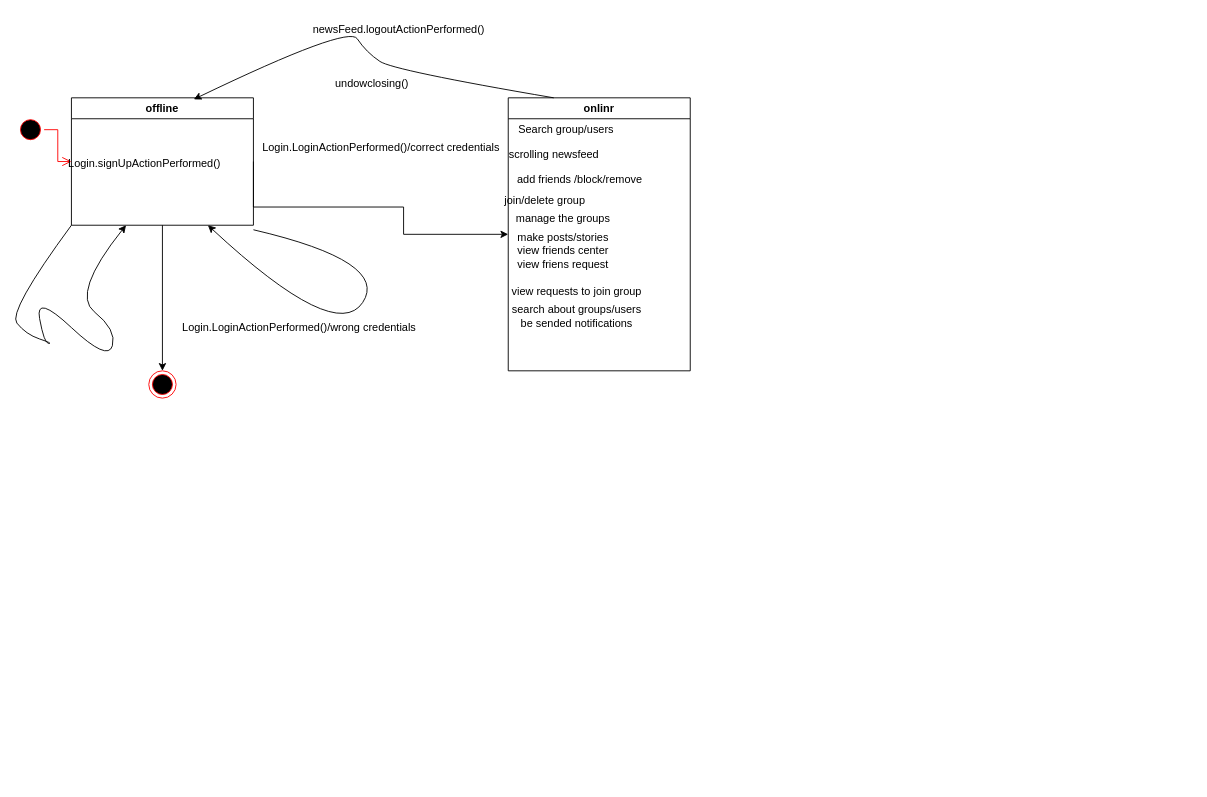
The draw.io diagram Diagrams/State Diagram.drawio in Omarfayed412/Connect_Hub, before the edit. Source tidied: cells renumbered, new cells numbered last; positions are measured from the earlier drawing's top-left corner, leaving out a move shared by most shapes. Both pictures are drawn from the tidied source at 91%, with x=0, y=0 at pixel (7, 15).
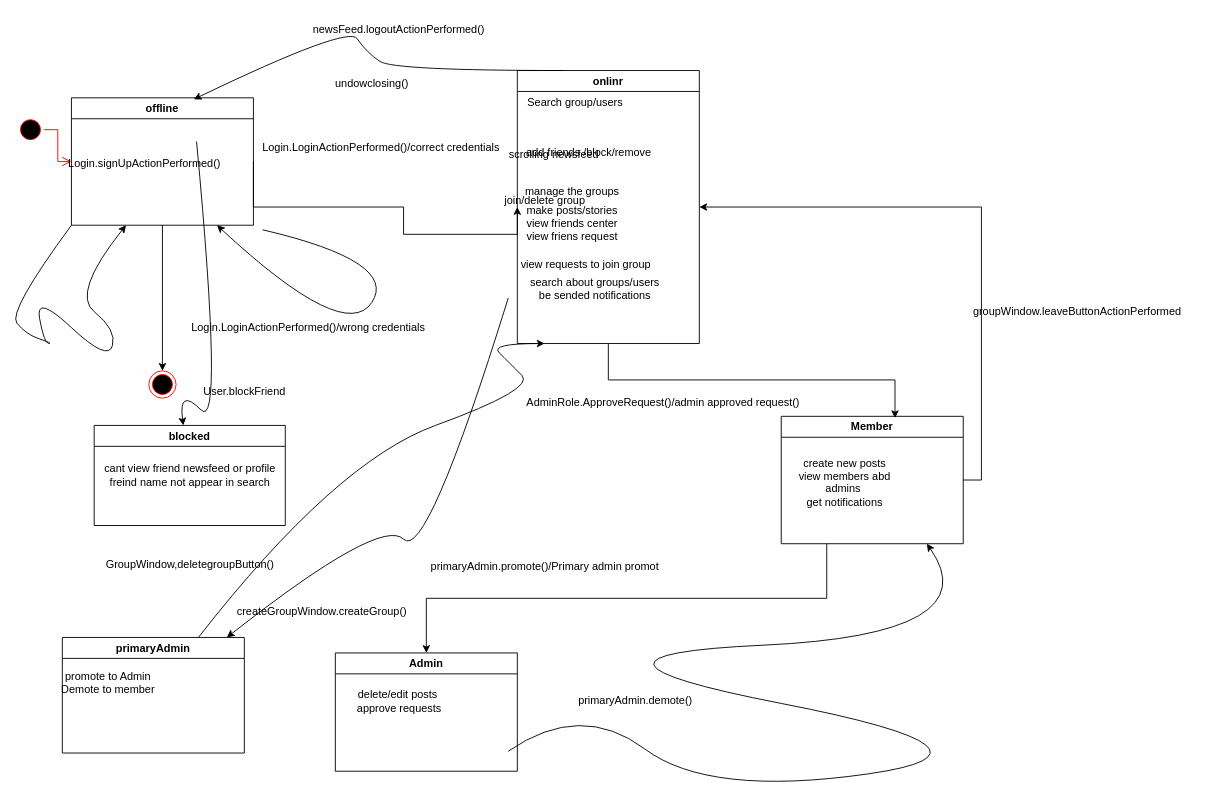
Above is the later version.

Commit message:
Added new state diagram

Unchanged cells that the change refers to:
```xml
<mxCell id="4" value="offline" style="swimlane;whiteSpace=wrap;html=1;" parent="1" vertex="1">
  <mxGeometry x="70" y="90" width="200" height="140" as="geometry" />
</mxCell>
```

What changed in the source:
```diff
@@
     <mxCell id="5" value="onlinr" style="swimlane;whiteSpace=wrap;html=1;" parent="1" vertex="1">
-      <mxGeometry x="550" y="90" width="200" height="300" as="geometry" />
+      <mxGeometry x="560" y="60" width="200" height="300" as="geometry" />
     </mxCell>
@@
-    <mxCell id="11" value="search about groups/users&lt;div&gt;be sended notifications&lt;/div&gt;" style="text;html=1;align=center;verticalAlign=middle;strokeColor=none;fillColor=none;" parent="5" vertex="1">
-      <mxGeometry x="-10" y="220" width="170" height="40" as="geometry" />
-    </mxCell>
-    <mxCell id="12" style="curved=1;endArrow=classic;html=1;rounded=0;exitX=1;exitY=0.75;exitDx=0;exitDy=0;entryX=0.75;entryY=1;entryDx=0;entryDy=0;" parent="1" edge="1" target="4">
+    <mxCell id="12" style="curved=1;endArrow=classic;html=1;rounded=0;exitX=1;exitY=0.75;exitDx=0;exitDy=0;entryX=0.75;entryY=1;entryDx=0;entryDy=0;" parent="1" edge="1">
       <mxGeometry relative="1" as="geometry">
-        <mxPoint x="270" y="235" as="sourcePoint" />
+        <mxPoint x="280" y="235" as="sourcePoint" />
+        <mxPoint x="230" y="230" as="targetPoint" />
         <Array as="points">
-          <mxPoint x="420" y="270" />
-          <mxPoint x="360" y="360" />
+          <mxPoint x="430" y="270" />
+          <mxPoint x="370" y="360" />
         </Array>
       </mxGeometry>
     </mxCell>
@@
     <mxCell id="21" value="Login.LoginActionPerformed()/wrong credentials" style="text;html=1;align=center;verticalAlign=middle;strokeColor=none;fillColor=none;" parent="1" vertex="1">
-      <mxGeometry x="180" y="328" width="280" height="30" as="geometry" />
+      <mxGeometry x="190" y="328" width="280" height="30" as="geometry" />
     </mxCell>
@@
+    <mxCell id="25" value="blocked" style="swimlane;whiteSpace=wrap;html=1;" parent="1" vertex="1">
+      <mxGeometry x="95" y="450" width="210" height="110" as="geometry" />
+    </mxCell>
+    <mxCell id="26" value="cant view friend newsfeed or profile&lt;div&gt;freind name not appear in search&lt;/div&gt;" style="text;html=1;align=center;verticalAlign=middle;strokeColor=none;fillColor=none;" parent="25" vertex="1">
+      <mxGeometry y="35" width="210" height="40" as="geometry" />
+    </mxCell>
+    <mxCell id="27" style="curved=1;endArrow=classic;html=1;rounded=0;" parent="1" edge="1" target="25">
+      <mxGeometry relative="1" as="geometry">
+        <mxPoint x="207.5" y="138" as="sourcePoint" />
+        <Array as="points">
+          <mxPoint x="237.5" y="458" />
+          <mxPoint x="187.5" y="408" />
+        </Array>
+      </mxGeometry>
+    </mxCell>
+    <mxCell id="28" value="User.blockFriend" style="text;html=1;align=center;verticalAlign=middle;strokeColor=none;fillColor=none;" parent="1" vertex="1">
+      <mxGeometry x="205" y="398" width="110" height="30" as="geometry" />
+    </mxCell>
+    <mxCell id="29" style="edgeStyle=orthogonalEdgeStyle;rounded=0;jettySize=auto;html=1;exitX=1;exitY=0.5;exitDx=0;exitDy=0;entryX=1;entryY=0.5;entryDx=0;entryDy=0;" parent="1" edge="1" source="31" target="5">
+      <mxGeometry relative="1" as="geometry" />
+    </mxCell>
+    <mxCell id="30" style="edgeStyle=orthogonalEdgeStyle;rounded=0;jettySize=auto;html=1;exitX=0.25;exitY=1;exitDx=0;exitDy=0;entryX=0.5;entryY=0;entryDx=0;entryDy=0;" parent="1" edge="1" source="31" target="36">
+      <mxGeometry relative="1" as="geometry" />
+    </mxCell>
+    <mxCell id="31" value="Member" style="swimlane;whiteSpace=wrap;html=1;" parent="1" vertex="1">
+      <mxGeometry x="850" y="440" width="200" height="140" as="geometry" />
+    </mxCell>
+    <mxCell id="32" value="create new posts&lt;div&gt;view members abd admins&amp;nbsp;&lt;/div&gt;&lt;div&gt;get notifications&lt;/div&gt;&lt;div&gt;&lt;br&gt;&lt;/div&gt;" style="text;html=1;align=center;verticalAlign=middle;whiteSpace=wrap;rounded=0;" parent="31" vertex="1">
+      <mxGeometry x="5" y="65" width="130" height="30" as="geometry" />
+    </mxCell>
+    <mxCell id="33" style="edgeStyle=orthogonalEdgeStyle;rounded=0;jettySize=auto;html=1;exitX=0.5;exitY=1;exitDx=0;exitDy=0;entryX=0.625;entryY=0.014;entryDx=0;entryDy=0;entryPerimeter=0;" parent="1" edge="1" source="5" target="31">
+      <mxGeometry relative="1" as="geometry" />
+    </mxCell>
+    <mxCell id="34" value="AdminRole.ApproveRequest()/admin approved request()" style="text;html=1;align=center;verticalAlign=middle;strokeColor=none;fillColor=none;" parent="1" vertex="1">
+      <mxGeometry x="560" y="410" width="320" height="30" as="geometry" />
+    </mxCell>
+    <mxCell id="35" value="groupWindow.leaveButtonActionPerformed" style="text;html=1;align=center;verticalAlign=middle;strokeColor=none;fillColor=none;" parent="1" vertex="1">
+      <mxGeometry x="1050" y="310" width="250" height="30" as="geometry" />
+    </mxCell>
+    <mxCell id="36" value="Admin" style="swimlane;whiteSpace=wrap;html=1;" parent="1" vertex="1">
+      <mxGeometry x="360" y="700" width="200" height="130" as="geometry" />
+    </mxCell>
+    <mxCell id="37" value="delete/edit posts&amp;nbsp;&lt;div&gt;approve requests&lt;/div&gt;" style="text;html=1;align=center;verticalAlign=middle;strokeColor=none;fillColor=none;" parent="1" vertex="1">
+      <mxGeometry x="370" y="733" width="120" height="40" as="geometry" />
+    </mxCell>
+    <mxCell id="38" style="curved=1;endArrow=classic;html=1;rounded=0;" parent="1" edge="1">
+      <mxGeometry relative="1" as="geometry">
+        <mxPoint x="550" y="808" as="sourcePoint" />
+        <mxPoint x="1010" y="580" as="targetPoint" />
+        <Array as="points">
+          <mxPoint x="630" y="753" />
+          <mxPoint x="770" y="858" />
+          <mxPoint x="1120" y="808" />
+          <mxPoint x="580" y="703" />
+          <mxPoint x="1080" y="680" />
+        </Array>
+      </mxGeometry>
+    </mxCell>
+    <mxCell id="39" value="primaryAdmin.demote()" style="text;html=1;align=center;verticalAlign=middle;whiteSpace=wrap;rounded=0;" parent="1" vertex="1">
+      <mxGeometry x="660" y="683" width="60" height="140" as="geometry" />
+    </mxCell>
+    <mxCell id="40" value="primaryAdmin.promote()/Primary admin promot" style="text;html=1;align=center;verticalAlign=middle;strokeColor=none;fillColor=none;" parent="1" vertex="1">
+      <mxGeometry x="455" y="590" width="270" height="30" as="geometry" />
+    </mxCell>
+    <mxCell id="41" value="primaryAdmin" style="swimlane;whiteSpace=wrap;html=1;" parent="1" vertex="1">
+      <mxGeometry x="60" y="683" width="200" height="127" as="geometry" />
+    </mxCell>
+    <mxCell id="42" value="promote to Admin&lt;div&gt;Demote to member&lt;/div&gt;" style="text;html=1;align=center;verticalAlign=middle;strokeColor=none;fillColor=none;" parent="1" vertex="1">
+      <mxGeometry x="45" y="713" width="130" height="40" as="geometry" />
+    </mxCell>
+    <mxCell id="43" style="curved=1;endArrow=classic;html=1;rounded=0;exitX=0;exitY=1;exitDx=0;exitDy=0;" parent="1" edge="1" target="41">
+      <mxGeometry relative="1" as="geometry">
+        <mxPoint x="550" y="310" as="sourcePoint" />
+        <Array as="points">
+          <mxPoint x="460" y="600" />
+          <mxPoint x="410" y="550" />
+        </Array>
+      </mxGeometry>
+    </mxCell>
+    <mxCell id="44" value="createGroupWindow.createGroup()" style="text;html=1;align=center;verticalAlign=middle;strokeColor=none;fillColor=none;" parent="1" vertex="1">
+      <mxGeometry x="240" y="640" width="210" height="30" as="geometry" />
+    </mxCell>
+    <mxCell id="11" value="search about groups/users&lt;div&gt;be sended notifications&lt;/div&gt;" style="text;html=1;align=center;verticalAlign=middle;strokeColor=none;fillColor=none;" parent="1" vertex="1">
+      <mxGeometry x="560" y="280" width="170" height="40" as="geometry" />
+    </mxCell>
+    <mxCell id="45" style="curved=1;endArrow=classic;html=1;rounded=0;" parent="1" edge="1" source="41">
+      <mxGeometry relative="1" as="geometry">
+        <mxPoint x="590" y="360" as="targetPoint" />
+        <Array as="points">
+          <mxPoint x="360" y="490" />
+          <mxPoint x="580" y="410" />
+          <mxPoint x="550" y="380" />
+          <mxPoint x="530" y="360" />
+        </Array>
+      </mxGeometry>
+    </mxCell>
+    <mxCell id="46" value="GroupWindow,deletegroupButton()" style="text;html=1;align=center;verticalAlign=middle;strokeColor=none;fillColor=none;" parent="1" vertex="1">
+      <mxGeometry x="95" y="588" width="210" height="30" as="geometry" />
+    </mxCell>
```
